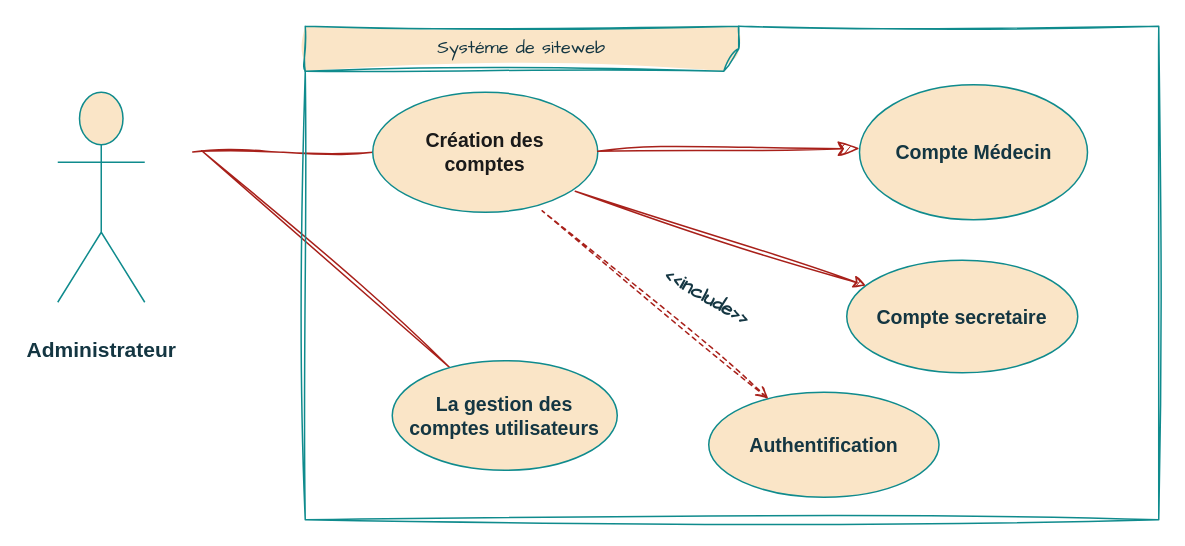
Earlier version of the draw.io diagram page "Copy of Page-2" (3 of 4) of Untitled Diagram.drawio (Marwajd/DIAGRAMS). Source tidied: cells renumbered, new cells numbered last; positions are measured from the earlier drawing's top-left corner, leaving out a move shared by most shapes. Both pictures are drawn from the tidied source at 150%, with x=0, y=0 at pixel (57, 26).
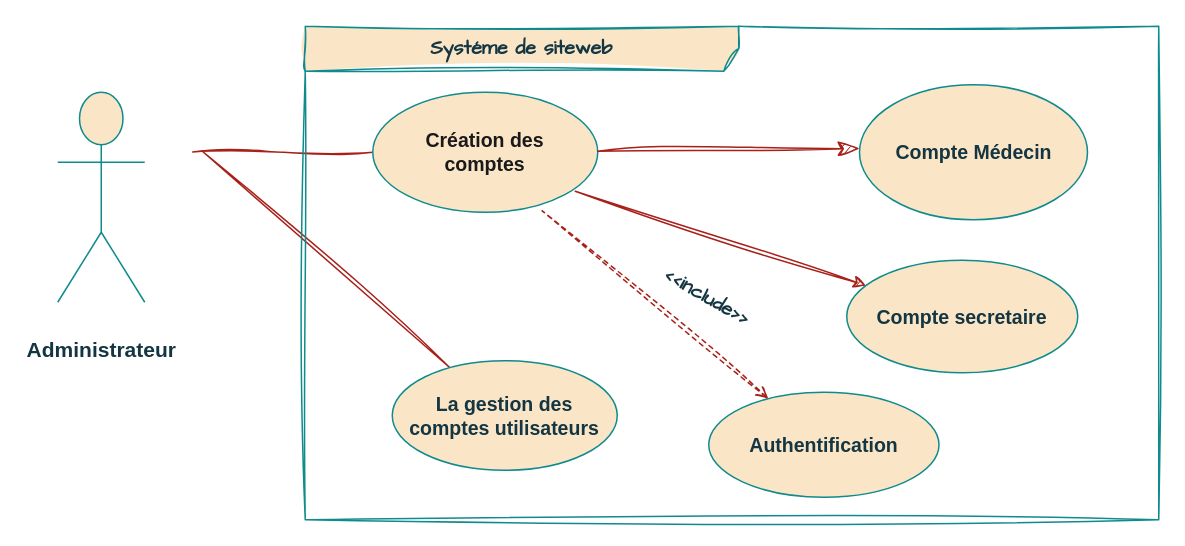
The same page after the edit.

Diff of the diagram source:
```diff
@@
 <mxGraphModel>
   <root>
     <mxCell id="0" />
     <mxCell id="1" parent="0" />
     <mxCell id="2" value="&lt;div&gt;&lt;b style=&quot;font-size: 14px; background-color: initial;&quot;&gt;&lt;br&gt;&lt;/b&gt;&lt;/div&gt;&lt;div&gt;&lt;b style=&quot;background-color: initial; font-size: 14px;&quot;&gt;Administrateur&lt;/b&gt;&lt;br&gt;&lt;/div&gt;" style="shape=umlActor;verticalLabelPosition=bottom;verticalAlign=top;html=1;fillStyle=solid;labelBackgroundColor=none;fillColor=#FAE5C7;strokeColor=#0F8B8D;fontColor=#143642;" parent="1" vertex="1">
       <mxGeometry y="44" width="58" height="140" as="geometry" />
     </mxCell>
     <mxCell id="3" style="edgeStyle=orthogonalEdgeStyle;rounded=0;sketch=1;hachureGap=4;jiggle=2;curveFitting=1;jettySize=auto;html=1;exitX=0;exitY=0.5;exitDx=0;exitDy=0;fontFamily=Architects Daughter;endArrow=none;endFill=0;labelBackgroundColor=none;strokeColor=#A8201A;fontColor=default;" parent="1" edge="1" source="4">
       <mxGeometry relative="1" as="geometry">
         <mxPoint x="90" y="83.8" as="targetPoint" />
       </mxGeometry>
     </mxCell>
     <mxCell id="4" value="&lt;div style=&quot;font-size: 13px;&quot;&gt;&lt;br&gt;&lt;/div&gt;&lt;div style=&quot;font-size: 13px;&quot;&gt;&lt;b&gt;&lt;font color=&quot;#1a1a1a&quot;&gt;Création des&lt;/font&gt;&lt;/b&gt;&lt;div&gt;&lt;font color=&quot;#1a1a1a&quot;&gt;&lt;b&gt;&amp;nbsp;comptes&amp;nbsp;&lt;/b&gt;&lt;br&gt;&lt;/font&gt;&lt;div&gt;&lt;br&gt;&lt;/div&gt;&lt;/div&gt;&lt;/div&gt;" style="ellipse;whiteSpace=wrap;html=1;fillStyle=solid;labelBackgroundColor=none;fillColor=#FAE5C7;strokeColor=#0F8B8D;fontColor=#143642;" parent="1" vertex="1">
       <mxGeometry x="210" y="44" width="150" height="80" as="geometry" />
     </mxCell>
     <mxCell id="5" value="&lt;b style=&quot;font-size: 13px;&quot;&gt;Compte Médecin&lt;/b&gt;" style="ellipse;whiteSpace=wrap;html=1;fillStyle=solid;labelBackgroundColor=none;fillColor=#FAE5C7;strokeColor=#0F8B8D;fontColor=#143642;" parent="1" vertex="1">
       <mxGeometry x="534.5" y="39" width="152" height="90" as="geometry" />
     </mxCell>
     <mxCell id="6" value="&lt;span style=&quot;font-size: 13px;&quot;&gt;&lt;b&gt;Compte secretaire&lt;/b&gt;&lt;/span&gt;" style="ellipse;whiteSpace=wrap;html=1;align=center;fillStyle=solid;labelBackgroundColor=none;fillColor=#FAE5C7;strokeColor=#0F8B8D;fontColor=#143642;" parent="1" vertex="1">
       <mxGeometry x="526" y="156" width="154" height="75" as="geometry" />
     </mxCell>
     <mxCell id="7" value="&lt;span style=&quot;font-size: 13px;&quot;&gt;&lt;b&gt;Authentification&lt;/b&gt;&lt;/span&gt;" style="ellipse;whiteSpace=wrap;html=1;fillStyle=solid;labelBackgroundColor=none;fillColor=#FAE5C7;strokeColor=#0F8B8D;fontColor=#143642;" parent="1" vertex="1">
       <mxGeometry x="434" y="244" width="153.5" height="70" as="geometry" />
     </mxCell>
     <mxCell id="8" value="&lt;font style=&quot;font-size: 13px;&quot;&gt;&lt;b&gt;&amp;lt;&amp;lt;include&amp;gt;&amp;gt;&lt;/b&gt;&lt;/font&gt;" style="text;html=1;align=center;verticalAlign=middle;whiteSpace=wrap;rounded=0;fontFamily=Architects Daughter;rotation=30;labelBackgroundColor=none;fontColor=#143642;" parent="1" vertex="1">
       <mxGeometry x="403" y="166" width="60" height="30" as="geometry" />
     </mxCell>
     <mxCell id="9" style="endArrow=classicThin;endFill=1;endSize=12;html=1;rounded=0;sketch=1;hachureGap=4;jiggle=2;curveFitting=1;fontFamily=Architects Daughter;curved=0;labelBackgroundColor=none;strokeColor=#A8201A;fontColor=default;" parent="1" edge="1" source="4">
       <mxGeometry relative="1" as="geometry">
         <mxPoint x="534.5" y="81.5" as="targetPoint" />
       </mxGeometry>
     </mxCell>
     <mxCell id="10" style="rounded=0;sketch=1;hachureGap=4;jiggle=2;curveFitting=1;jettySize=auto;html=1;strokeColor=#A8201A;fontFamily=Architects Daughter;fontColor=#143642;fillColor=#FAE5C7;endArrow=none;endFill=0;" parent="1" edge="1" source="11">
       <mxGeometry relative="1" as="geometry">
         <mxPoint x="96" y="83" as="targetPoint" />
       </mxGeometry>
     </mxCell>
     <mxCell id="11" value="&lt;span style=&quot;font-size: 13px;&quot;&gt;&lt;b&gt;La gestion des comptes utilisateurs&lt;/b&gt;&lt;/span&gt;" style="ellipse;whiteSpace=wrap;html=1;fillStyle=solid;labelBackgroundColor=none;fillColor=#FAE5C7;strokeColor=#0F8B8D;fontColor=#143642;" parent="1" vertex="1">
       <mxGeometry x="223" y="223" width="150" height="73" as="geometry" />
     </mxCell>
-    <mxCell id="12" value="Systéme de siteweb" style="shape=umlFrame;whiteSpace=wrap;html=1;sketch=1;hachureGap=4;jiggle=2;curveFitting=1;fontFamily=Architects Daughter;width=289;height=30;fillStyle=solid;labelBackgroundColor=none;fillColor=#FAE5C7;strokeColor=#0F8B8D;fontColor=#143642;" parent="1" vertex="1">
+    <mxCell id="12" value="&lt;font style=&quot;font-size: 13px;&quot;&gt;&lt;b&gt;Systéme de siteweb&lt;/b&gt;&lt;/font&gt;" style="shape=umlFrame;whiteSpace=wrap;html=1;sketch=1;hachureGap=4;jiggle=2;curveFitting=1;fontFamily=Architects Daughter;width=289;height=30;fillStyle=solid;labelBackgroundColor=none;fillColor=#FAE5C7;strokeColor=#0F8B8D;fontColor=#143642;" parent="1" vertex="1">
       <mxGeometry x="165" width="569" height="329" as="geometry" />
     </mxCell>
     <mxCell id="13" style="rounded=0;sketch=1;hachureGap=4;jiggle=2;curveFitting=1;jettySize=auto;html=1;entryX=0.9;entryY=0.825;entryDx=0;entryDy=0;entryPerimeter=0;strokeColor=#A8201A;fontFamily=Architects Daughter;fontColor=#143642;fillColor=#FAE5C7;endArrow=none;endFill=0;startArrow=classic;startFill=1;" parent="1" edge="1" source="6" target="4">
       <mxGeometry relative="1" as="geometry" />
     </mxCell>
     <mxCell id="14" style="rounded=0;sketch=1;hachureGap=4;jiggle=2;curveFitting=1;jettySize=auto;html=1;entryX=0.753;entryY=0.988;entryDx=0;entryDy=0;entryPerimeter=0;strokeColor=#A8201A;fontFamily=Architects Daughter;fontColor=#143642;fillColor=#FAE5C7;dashed=1;endArrow=none;endFill=0;startArrow=open;startFill=0;" parent="1" edge="1" source="7" target="4">
       <mxGeometry relative="1" as="geometry" />
     </mxCell>
   </root>
 </mxGraphModel>
```
